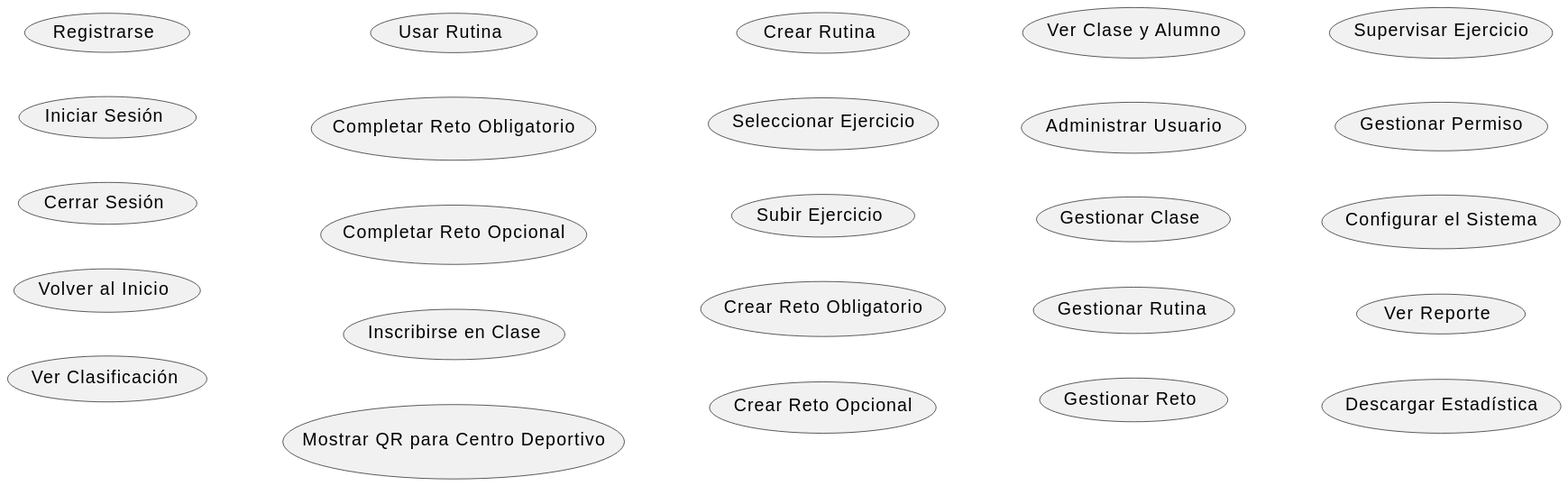
Earlier version of the PlantUML export Documentos/Imagenes/CasosDeUso/CasosDeUso.svg (mmasias/24-25-IdSw1-SDR).
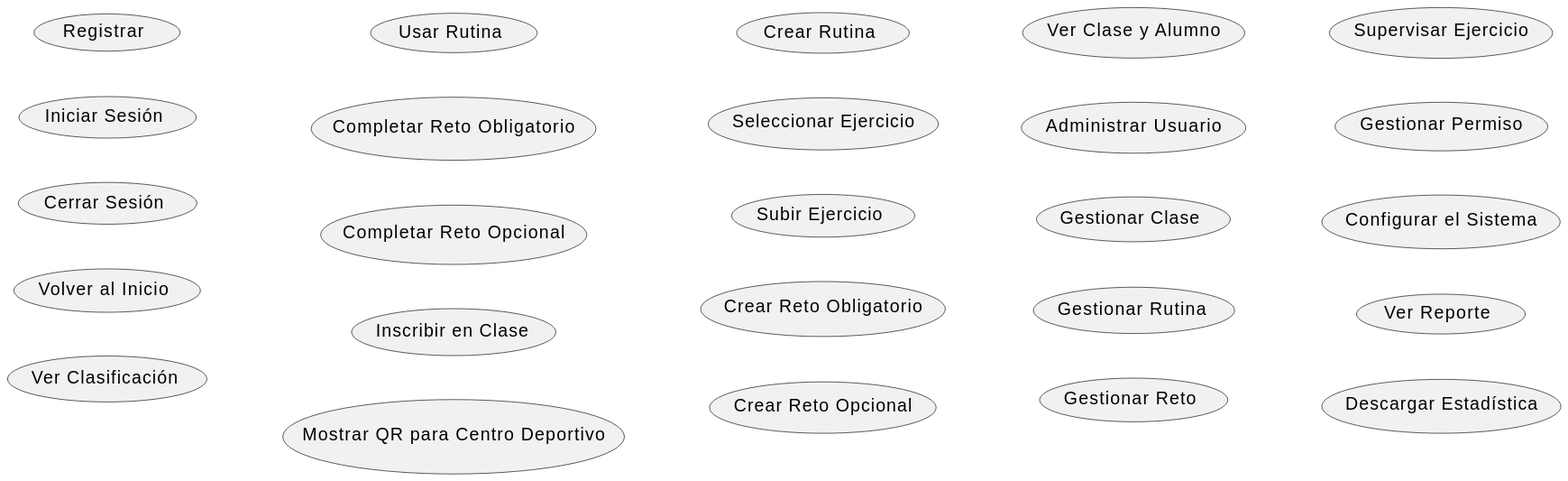
After the commit.

Commit message:
Todo verbos

What changed in the source:
```diff
@@ -1,7 +1,7 @@
 @startuml
 left to right direction
 
-usecase "Registrarse" as Registrarse
+usecase "Registrar" as Registrarse
 
 usecase "Iniciar Sesión" as IniciarSesion
 usecase "Cerrar Sesión" as CerrarSesion
@@ -11,7 +11,7 @@
 usecase "Usar Rutina" as UsarRutina
 usecase "Completar Reto Obligatorio" as CompletarRetoObligatorio
 usecase "Completar Reto Opcional" as CompletarRetoOpcional
-usecase "Inscribirse en Clase" as InscribirseClase
+usecase "Inscribir en Clase" as InscribirseClase
 usecase "Mostrar QR para Centro Deportivo" as UsarQR
 usecase "Crear Rutina" as CrearRutinaPersonalizada
 usecase "Seleccionar Ejercicio" as SeleccionarEjercicio
```
